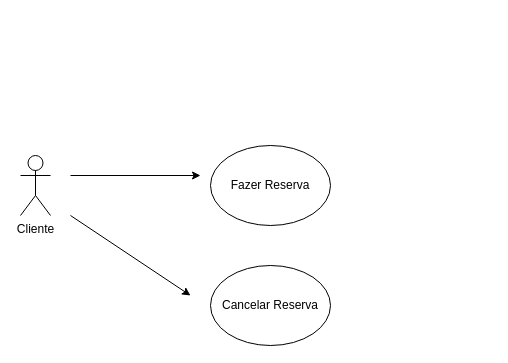
Above: Diagrama sem nome.drawio in AirlanDEV/diagramasderequisitos (draw.io), before the change. Source tidied: cells renumbered, new cells numbered last; positions are measured from the earlier drawing's top-left corner, leaving out a move shared by most shapes. Both pictures are drawn from the tidied source at 100%, with x=0, y=0 at pixel (20, 145).
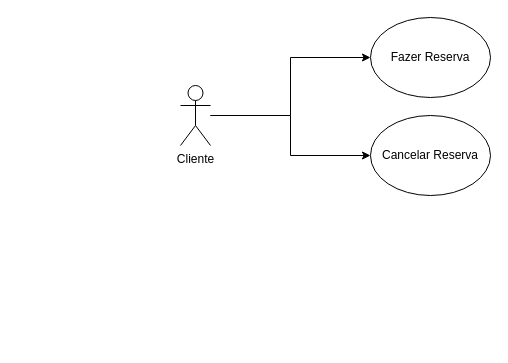
The same diagram, later.

What changed in the source:
```diff
@@
 <mxGraphModel>
   <root>
     <mxCell id="0" />
     <mxCell id="1" parent="0" />
+    <mxCell id="7" style="edgeStyle=orthogonalEdgeStyle;rounded=0;jettySize=auto;html=1;entryX=0;entryY=0.5;entryDx=0;entryDy=0;" parent="1" edge="1" source="2" target="4">
+      <mxGeometry relative="1" as="geometry" />
+    </mxCell>
     <mxCell id="2" value="Cliente" style="shape=umlActor;verticalLabelPosition=bottom;verticalAlign=top;html=1;outlineConnect=0;" parent="1" vertex="1">
-      <mxGeometry y="10" width="30" height="60" as="geometry" />
+      <mxGeometry x="160" y="-60" width="30" height="60" as="geometry" />
     </mxCell>
     <mxCell id="3" value="Fazer Reserva" style="ellipse;whiteSpace=wrap;html=1;" parent="1" vertex="1">
-      <mxGeometry x="190" width="120" height="80" as="geometry" />
+      <mxGeometry x="350" y="-128" width="120" height="80" as="geometry" />
     </mxCell>
     <mxCell id="4" value="Cancelar Reserva" style="ellipse;whiteSpace=wrap;html=1;" parent="1" vertex="1">
-      <mxGeometry x="190" y="120" width="120" height="80" as="geometry" />
+      <mxGeometry x="350" y="-30" width="120" height="80" as="geometry" />
     </mxCell>
-    <mxCell id="5" style="endArrow=classic;html=1;rounded=0;" parent="1" edge="1">
-      <mxGeometry relative="1" as="geometry">
-        <mxPoint x="50" y="30" as="sourcePoint" />
-        <mxPoint x="180" y="30" as="targetPoint" />
-      </mxGeometry>
-    </mxCell>
-    <mxCell id="6" style="endArrow=classic;html=1;rounded=0;" parent="1" edge="1">
-      <mxGeometry relative="1" as="geometry">
-        <mxPoint x="50" y="70" as="sourcePoint" />
-        <mxPoint x="170" y="150" as="targetPoint" />
-      </mxGeometry>
-    </mxCell>
+    <mxCell id="8" style="edgeStyle=orthogonalEdgeStyle;rounded=0;jettySize=auto;html=1;entryX=0;entryY=0.5;entryDx=0;entryDy=0;" parent="1" edge="1" source="2" target="3">
+      <mxGeometry relative="1" as="geometry" />
+    </mxCell>
   </root>
 </mxGraphModel>
```
